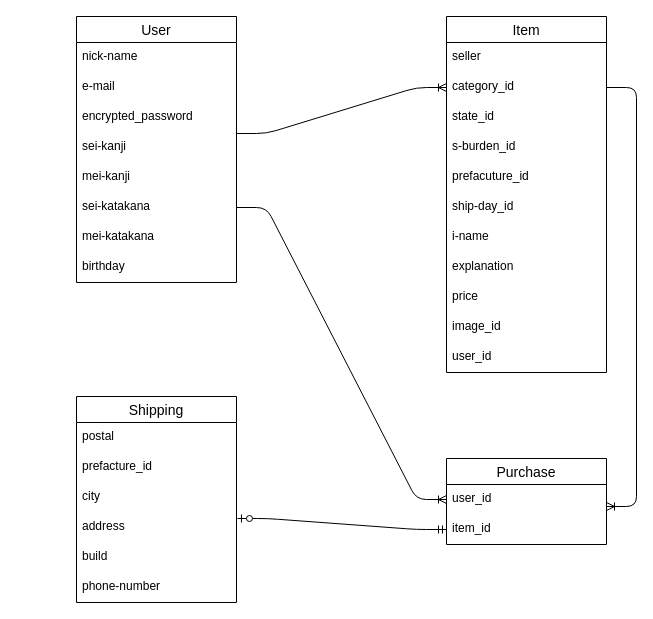
Before: detabase.dio in masakichi-eng/furima-33493, a draw.io diagram. Source tidied: cells renumbered, new cells numbered last; positions are measured from the earlier drawing's top-left corner, leaving out a move shared by most shapes. Both pictures are drawn from the tidied source at 100%, with x=0, y=0 at pixel (16, 16).
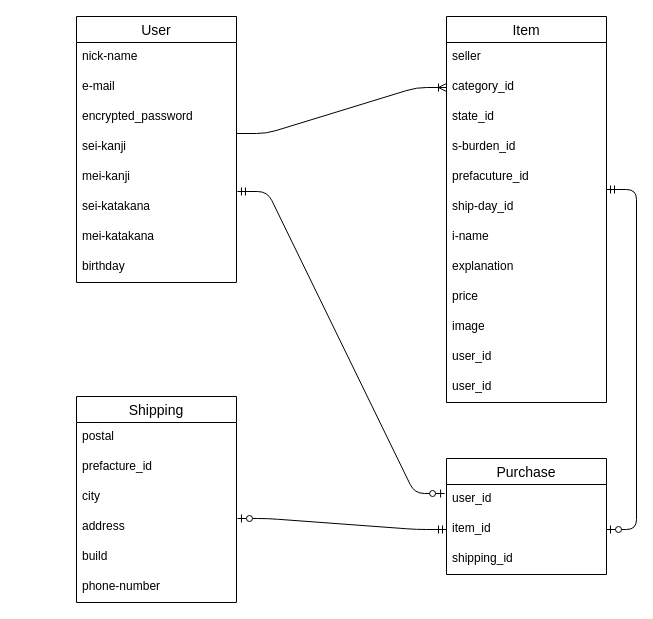
After the change.

Commit message (it also covers changes not shown here):
データベース設計修正２

Unchanged cells that the change refers to:
```xml
<mxCell id="5" value="category_id" style="text;strokeColor=none;fillColor=none;spacingLeft=4;spacingRight=4;overflow=hidden;points=[[0,0.5],[1,0.5]];portConstraint=eastwest;fontSize=12;" parent="3" vertex="1">
  <mxGeometry y="56" width="160" height="30" as="geometry" />
</mxCell>
<mxCell id="21" value="sei-katakana" style="text;strokeColor=none;fillColor=none;spacingLeft=4;spacingRight=4;overflow=hidden;points=[[0,0.5],[1,0.5]];portConstraint=eastwest;fontSize=12;" parent="15" vertex="1">
  <mxGeometry y="176" width="160" height="30" as="geometry" />
</mxCell>
<mxCell id="32" value="user_id" style="text;strokeColor=none;fillColor=none;spacingLeft=4;spacingRight=4;overflow=hidden;points=[[0,0.5],[1,0.5]];portConstraint=eastwest;fontSize=12;" parent="31" vertex="1">
  <mxGeometry y="26" width="160" height="30" as="geometry" />
</mxCell>
<mxCell id="33" value="item_id" style="text;strokeColor=none;fillColor=none;spacingLeft=4;spacingRight=4;overflow=hidden;points=[[0,0.5],[1,0.5]];portConstraint=eastwest;fontSize=12;" parent="31" vertex="1">
  <mxGeometry y="56" width="160" height="30" as="geometry" />
</mxCell>
```

What changed in the source:
```diff
@@
     <mxCell id="3" value="Item" style="swimlane;fontStyle=0;horizontal=1;startSize=26;align=center;fontSize=14;" parent="1" vertex="1">
-      <mxGeometry x="430" width="160" height="356" as="geometry" />
+      <mxGeometry x="430" width="160" height="386" as="geometry" />
     </mxCell>
@@
-    <mxCell id="13" value="image_id" style="text;strokeColor=none;fillColor=none;spacingLeft=4;spacingRight=4;overflow=hidden;fontSize=12;" parent="3" vertex="1">
+    <mxCell id="13" value="image" style="text;strokeColor=none;fillColor=none;spacingLeft=4;spacingRight=4;overflow=hidden;fontSize=12;" parent="3" vertex="1">
       <mxGeometry y="296" width="160" height="30" as="geometry" />
     </mxCell>
+    <mxCell id="38" value="user_id" style="text;strokeColor=none;fillColor=none;spacingLeft=4;spacingRight=4;overflow=hidden;fontSize=12;" parent="3" vertex="1">
+      <mxGeometry y="326" width="160" height="30" as="geometry" />
+    </mxCell>
     <mxCell id="14" value="user_id" style="text;strokeColor=none;fillColor=none;spacingLeft=4;spacingRight=4;overflow=hidden;fontSize=12;" parent="3" vertex="1">
-      <mxGeometry y="326" width="160" height="30" as="geometry" />
+      <mxGeometry y="356" width="160" height="30" as="geometry" />
     </mxCell>
@@
     <mxCell id="31" value="Purchase" style="swimlane;fontStyle=0;horizontal=1;startSize=26;align=center;fontSize=14;" parent="1" vertex="1">
-      <mxGeometry x="430" y="442" width="160" height="86" as="geometry" />
+      <mxGeometry x="430" y="442" width="160" height="116" as="geometry" />
     </mxCell>
@@
+    <mxCell id="39" value="shipping_id" style="text;strokeColor=none;fillColor=none;spacingLeft=4;spacingRight=4;overflow=hidden;fontSize=12;" parent="31" vertex="1">
+      <mxGeometry y="86" width="160" height="30" as="geometry" />
+    </mxCell>
@@
+    <mxCell id="40" style="edgeStyle=entityRelationEdgeStyle;fontSize=12;html=1;endArrow=ERzeroToOne;startArrow=ERmandOne;entryX=1;entryY=0.5;entryDx=0;entryDy=0;" parent="1" edge="1" target="33">
+      <mxGeometry relative="1" as="geometry">
+        <mxPoint x="590" y="173" as="sourcePoint" />
+      </mxGeometry>
+    </mxCell>
-    <mxCell id="36" style="edgeStyle=entityRelationEdgeStyle;fontSize=12;html=1;endArrow=ERoneToMany;exitX=1;exitY=0.5;exitDx=0;exitDy=0;entryX=0;entryY=0.5;entryDx=0;entryDy=0;" parent="1" edge="1" source="21" target="32">
+    <mxCell id="36" style="edgeStyle=entityRelationEdgeStyle;fontSize=12;html=1;endArrow=ERzeroToOne;startArrow=ERmandOne;exitX=1.006;exitY=-0.033;exitDx=0;exitDy=0;exitPerimeter=0;entryX=-0.012;entryY=0.3;entryDx=0;entryDy=0;entryPerimeter=0;" parent="1" edge="1" source="21" target="32">
       <mxGeometry relative="1" as="geometry" />
     </mxCell>
-    <mxCell id="37" style="edgeStyle=entityRelationEdgeStyle;fontSize=12;html=1;endArrow=ERoneToMany;exitX=1;exitY=0.5;exitDx=0;exitDy=0;entryX=1;entryY=0.733;entryDx=0;entryDy=0;entryPerimeter=0;" parent="1" edge="1" source="5" target="32">
-      <mxGeometry relative="1" as="geometry" />
-    </mxCell>
```
